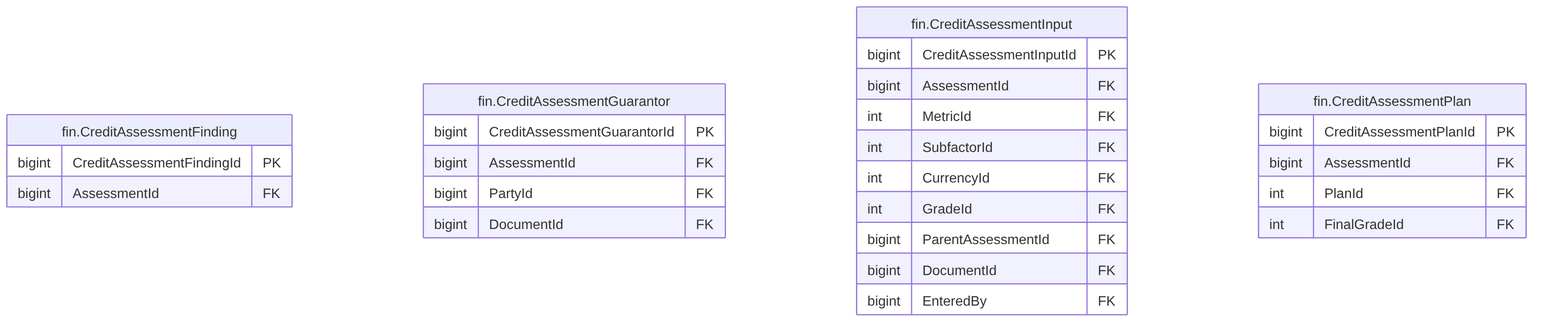
Earlier version of the Mermaid export treasury-platform/docs/diagrams/erd/m5_financials_3.png (thawrasy/smartlines). Its source is kept beside it as treasury-platform/docs/diagrams/erd/m5_financials_3.mmd.
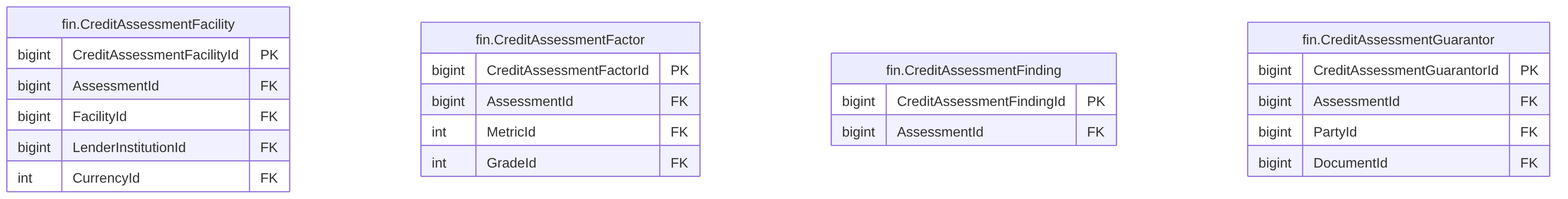
After the commit.

The edit, as a diff of the source:
```diff
@@ -1,4 +1,17 @@
 erDiagram
+  fin_CreditAssessmentFacility["fin.CreditAssessmentFacility"] {
+    bigint CreditAssessmentFacilityId PK
+    bigint AssessmentId FK
+    bigint FacilityId FK
+    bigint LenderInstitutionId FK
+    int CurrencyId FK
+  }
+  fin_CreditAssessmentFactor["fin.CreditAssessmentFactor"] {
+    bigint CreditAssessmentFactorId PK
+    bigint AssessmentId FK
+    int MetricId FK
+    int GradeId FK
+  }
   fin_CreditAssessmentFinding["fin.CreditAssessmentFinding"] {
     bigint CreditAssessmentFindingId PK
     bigint AssessmentId FK
@@ -9,20 +22,3 @@
     bigint PartyId FK
     bigint DocumentId FK
   }
-  fin_CreditAssessmentInput["fin.CreditAssessmentInput"] {
-    bigint CreditAssessmentInputId PK
-    bigint AssessmentId FK
-    int MetricId FK
-    int SubfactorId FK
-    int CurrencyId FK
-    int GradeId FK
-    bigint ParentAssessmentId FK
-    bigint DocumentId FK
-    bigint EnteredBy FK
-  }
-  fin_CreditAssessmentPlan["fin.CreditAssessmentPlan"] {
-    bigint CreditAssessmentPlanId PK
-    bigint AssessmentId FK
-    int PlanId FK
-    int FinalGradeId FK
-  }
```
